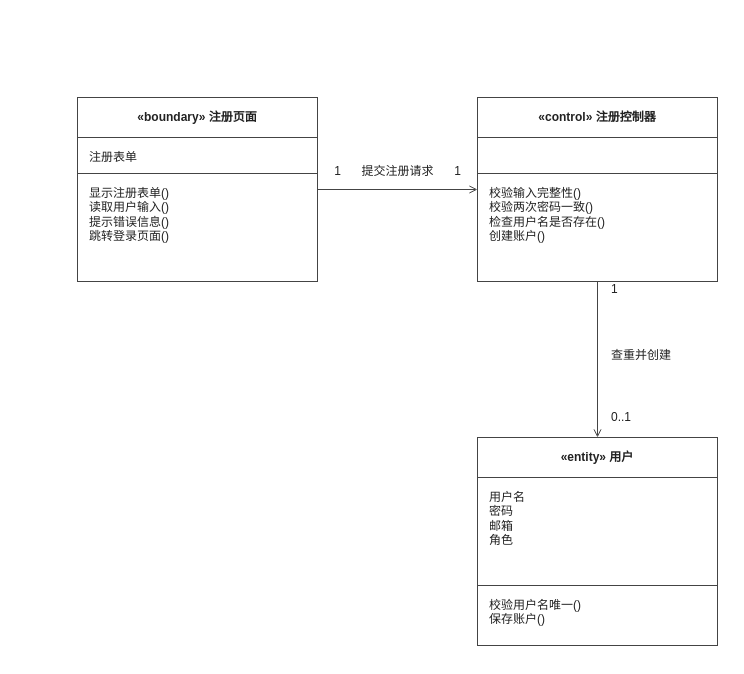
Earlier version of the draw.io diagram docs/交付/1-账户管理-钟标/images/用户注册_类模型图.drawio (chennuo1101/electronic-photo-album-system1). Source tidied: cells renumbered, new cells numbered last; positions are measured from the earlier drawing's top-left corner, leaving out a move shared by most shapes. Both pictures are drawn from the tidied source at 100%, with x=0, y=0 at pixel (67, 85).
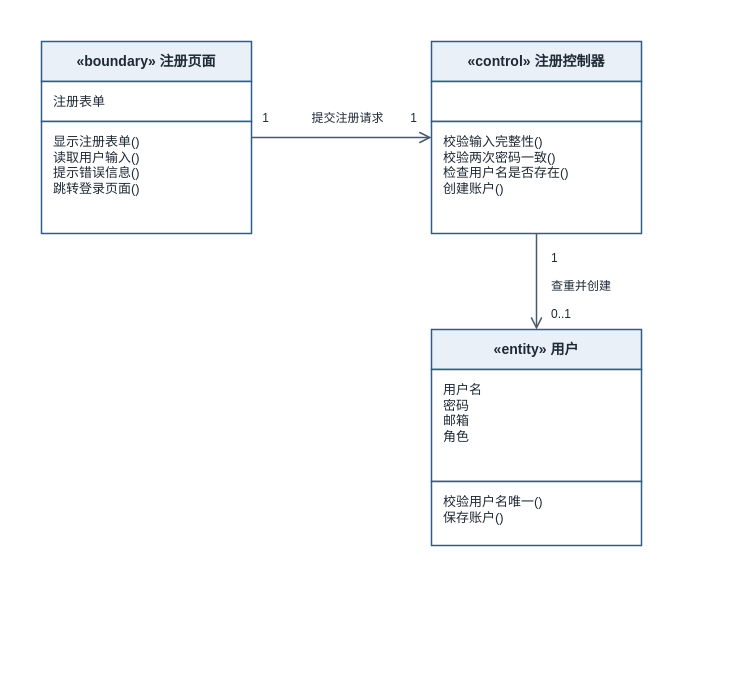
The same page after the edit.

The edit, as a diff of the source:
```diff
@@
     <mxCell id="2" style="rounded=0;whiteSpace=wrap;html=1;fillColor=#FFFFFF;strokeColor=none;" parent="1" vertex="1">
-      <mxGeometry width="660" height="572" as="geometry" />
+      <mxGeometry x="-50" y="-68" width="648" height="552" as="geometry" />
     </mxCell>
-    <mxCell id="3" value="«boundary» 注册页面" style="rounded=0;whiteSpace=wrap;html=1;fillColor=#FFFFFF;strokeColor=#444444;align=center;verticalAlign=middle;fontStyle=1;fontFamily=Microsoft YaHei;fontSize=12;fontColor=#222222;" parent="1" vertex="1">
-      <mxGeometry x="10" y="12" width="240" height="40" as="geometry" />
+    <mxCell id="3" value="«boundary» 注册页面" style="rounded=0;whiteSpace=wrap;html=1;fillColor=#E9F0F8;strokeColor=#2F5D8A;strokeWidth=1.5;align=center;verticalAlign=middle;fontStyle=1;fontFamily=Microsoft YaHei;fontSize=14;fontColor=#1F2A35;" parent="1" vertex="1">
+      <mxGeometry x="-26" y="-44" width="210" height="40" as="geometry" />
     </mxCell>
-    <mxCell id="4" value="注册表单" style="rounded=0;whiteSpace=wrap;html=1;fillColor=#FFFFFF;strokeColor=#444444;verticalAlign=top;align=left;spacingLeft=10;spacingTop=6;fontFamily=Microsoft YaHei;fontSize=12;fontColor=#222222;" parent="1" vertex="1">
-      <mxGeometry x="10" y="52" width="240" height="36" as="geometry" />
+    <mxCell id="4" value="注册表单" style="rounded=0;whiteSpace=wrap;html=1;fillColor=#FFFFFF;strokeColor=#2F5D8A;strokeWidth=1.5;align=left;verticalAlign=top;spacingLeft=10;spacingTop=6;fontFamily=Microsoft YaHei;fontSize=13;fontColor=#1F2A35;" parent="1" vertex="1">
+      <mxGeometry x="-26" y="-4" width="210" height="40" as="geometry" />
     </mxCell>
-    <mxCell id="5" value="显示注册表单()&#10;读取用户输入()&#10;提示错误信息()&#10;跳转登录页面()" style="rounded=0;whiteSpace=wrap;html=1;fillColor=#FFFFFF;strokeColor=#444444;verticalAlign=top;align=left;spacingLeft=10;spacingTop=6;fontFamily=Microsoft YaHei;fontSize=12;fontColor=#222222;" parent="1" vertex="1">
-      <mxGeometry x="10" y="88" width="240" height="108" as="geometry" />
+    <mxCell id="5" value="显示注册表单()&#10;读取用户输入()&#10;提示错误信息()&#10;跳转登录页面()" style="rounded=0;whiteSpace=wrap;html=1;fillColor=#FFFFFF;strokeColor=#2F5D8A;strokeWidth=1.5;align=left;verticalAlign=top;spacingLeft=10;spacingTop=6;fontFamily=Microsoft YaHei;fontSize=13;fontColor=#1F2A35;" parent="1" vertex="1">
+      <mxGeometry x="-26" y="36" width="210" height="112" as="geometry" />
     </mxCell>
-    <mxCell id="6" value="«control» 注册控制器" style="rounded=0;whiteSpace=wrap;html=1;fillColor=#FFFFFF;strokeColor=#444444;align=center;verticalAlign=middle;fontStyle=1;fontFamily=Microsoft YaHei;fontSize=12;fontColor=#222222;" parent="1" vertex="1">
-      <mxGeometry x="410" y="12" width="240" height="40" as="geometry" />
+    <mxCell id="6" value="«control» 注册控制器" style="rounded=0;whiteSpace=wrap;html=1;fillColor=#E9F0F8;strokeColor=#2F5D8A;strokeWidth=1.5;align=center;verticalAlign=middle;fontStyle=1;fontFamily=Microsoft YaHei;fontSize=14;fontColor=#1F2A35;" parent="1" vertex="1">
+      <mxGeometry x="364" y="-44" width="210" height="40" as="geometry" />
     </mxCell>
-    <mxCell id="7" style="rounded=0;whiteSpace=wrap;html=1;fillColor=#FFFFFF;strokeColor=#444444;verticalAlign=top;align=left;spacingLeft=10;spacingTop=6;fontFamily=Microsoft YaHei;fontSize=12;fontColor=#222222;" parent="1" vertex="1">
-      <mxGeometry x="410" y="52" width="240" height="36" as="geometry" />
+    <mxCell id="7" style="rounded=0;whiteSpace=wrap;html=1;fillColor=#FFFFFF;strokeColor=#2F5D8A;strokeWidth=1.5;align=left;verticalAlign=top;spacingLeft=10;spacingTop=6;fontFamily=Microsoft YaHei;fontSize=13;fontColor=#1F2A35;" parent="1" vertex="1">
+      <mxGeometry x="364" y="-4" width="210" height="40" as="geometry" />
     </mxCell>
-    <mxCell id="8" value="校验输入完整性()&#10;校验两次密码一致()&#10;检查用户名是否存在()&#10;创建账户()" style="rounded=0;whiteSpace=wrap;html=1;fillColor=#FFFFFF;strokeColor=#444444;verticalAlign=top;align=left;spacingLeft=10;spacingTop=6;fontFamily=Microsoft YaHei;fontSize=12;fontColor=#222222;" parent="1" vertex="1">
-      <mxGeometry x="410" y="88" width="240" height="108" as="geometry" />
+    <mxCell id="8" value="校验输入完整性()&#10;校验两次密码一致()&#10;检查用户名是否存在()&#10;创建账户()" style="rounded=0;whiteSpace=wrap;html=1;fillColor=#FFFFFF;strokeColor=#2F5D8A;strokeWidth=1.5;align=left;verticalAlign=top;spacingLeft=10;spacingTop=6;fontFamily=Microsoft YaHei;fontSize=13;fontColor=#1F2A35;" parent="1" vertex="1">
+      <mxGeometry x="364" y="36" width="210" height="112" as="geometry" />
     </mxCell>
-    <mxCell id="9" value="«entity» 用户" style="rounded=0;whiteSpace=wrap;html=1;fillColor=#FFFFFF;strokeColor=#444444;align=center;verticalAlign=middle;fontStyle=1;fontFamily=Microsoft YaHei;fontSize=12;fontColor=#222222;" parent="1" vertex="1">
-      <mxGeometry x="410" y="352" width="240" height="40" as="geometry" />
+    <mxCell id="9" value="«entity» 用户" style="rounded=0;whiteSpace=wrap;html=1;fillColor=#E9F0F8;strokeColor=#2F5D8A;strokeWidth=1.5;align=center;verticalAlign=middle;fontStyle=1;fontFamily=Microsoft YaHei;fontSize=14;fontColor=#1F2A35;" parent="1" vertex="1">
+      <mxGeometry x="364" y="244" width="210" height="40" as="geometry" />
     </mxCell>
-    <mxCell id="10" value="用户名&#10;密码&#10;邮箱&#10;角色" style="rounded=0;whiteSpace=wrap;html=1;fillColor=#FFFFFF;strokeColor=#444444;verticalAlign=top;align=left;spacingLeft=10;spacingTop=6;fontFamily=Microsoft YaHei;fontSize=12;fontColor=#222222;" parent="1" vertex="1">
-      <mxGeometry x="410" y="392" width="240" height="108" as="geometry" />
+    <mxCell id="10" value="用户名&#10;密码&#10;邮箱&#10;角色" style="rounded=0;whiteSpace=wrap;html=1;fillColor=#FFFFFF;strokeColor=#2F5D8A;strokeWidth=1.5;align=left;verticalAlign=top;spacingLeft=10;spacingTop=6;fontFamily=Microsoft YaHei;fontSize=13;fontColor=#1F2A35;" parent="1" vertex="1">
+      <mxGeometry x="364" y="284" width="210" height="112" as="geometry" />
     </mxCell>
-    <mxCell id="11" value="校验用户名唯一()&#10;保存账户()" style="rounded=0;whiteSpace=wrap;html=1;fillColor=#FFFFFF;strokeColor=#444444;verticalAlign=top;align=left;spacingLeft=10;spacingTop=6;fontFamily=Microsoft YaHei;fontSize=12;fontColor=#222222;" parent="1" vertex="1">
-      <mxGeometry x="410" y="500" width="240" height="60" as="geometry" />
+    <mxCell id="11" value="校验用户名唯一()&#10;保存账户()" style="rounded=0;whiteSpace=wrap;html=1;fillColor=#FFFFFF;strokeColor=#2F5D8A;strokeWidth=1.5;align=left;verticalAlign=top;spacingLeft=10;spacingTop=6;fontFamily=Microsoft YaHei;fontSize=13;fontColor=#1F2A35;" parent="1" vertex="1">
+      <mxGeometry x="364" y="396" width="210" height="64" as="geometry" />
     </mxCell>
-    <mxCell id="12" style="html=1;rounded=0;strokeColor=#444444;strokeWidth=1;startArrow=none;endArrow=open;endFill=0;" parent="1" edge="1">
+    <mxCell id="12" style="html=1;rounded=0;strokeColor=#4A5A6A;strokeWidth=1.5;startArrow=none;endArrow=open;endFill=0;endSize=9;" parent="1" edge="1">
       <mxGeometry relative="1" as="geometry">
-        <mxPoint x="250" y="104" as="sourcePoint" />
-        <mxPoint x="410" y="104" as="targetPoint" />
+        <mxPoint x="184" y="52" as="sourcePoint" />
+        <mxPoint x="364" y="52" as="targetPoint" />
       </mxGeometry>
     </mxCell>
-    <mxCell id="13" value="1" style="text;html=1;align=center;verticalAlign=middle;fillColor=none;strokeColor=none;fontFamily=Microsoft YaHei;fontSize=12;fontColor=#222222;" parent="1" vertex="1">
-      <mxGeometry x="258" y="76" width="24" height="20" as="geometry" />
+    <mxCell id="13" value="1" style="text;html=1;align=center;verticalAlign=middle;fillColor=none;strokeColor=none;fontFamily=Microsoft YaHei;fontSize=12;fontColor=#1F2A35;" parent="1" vertex="1">
+      <mxGeometry x="190" y="24" width="16" height="18" as="geometry" />
     </mxCell>
+    <mxCell id="15" value="提交注册请求" style="text;html=1;align=center;verticalAlign=middle;fillColor=none;strokeColor=none;fontFamily=Microsoft YaHei;fontSize=12;fontColor=#1F2A35;" parent="1" vertex="1">
+      <mxGeometry x="230" y="24" width="100" height="18" as="geometry" />
+    </mxCell>
-    <mxCell id="14" value="1" style="text;html=1;align=center;verticalAlign=middle;fillColor=none;strokeColor=none;fontFamily=Microsoft YaHei;fontSize=12;fontColor=#222222;" parent="1" vertex="1">
-      <mxGeometry x="378" y="76" width="24" height="20" as="geometry" />
+    <mxCell id="14" value="1" style="text;html=1;align=center;verticalAlign=middle;fillColor=none;strokeColor=none;fontFamily=Microsoft YaHei;fontSize=12;fontColor=#1F2A35;" parent="1" vertex="1">
+      <mxGeometry x="338" y="24" width="16" height="18" as="geometry" />
     </mxCell>
-    <mxCell id="15" value="提交注册请求" style="text;html=1;align=center;verticalAlign=middle;fillColor=none;strokeColor=none;fontFamily=Microsoft YaHei;fontSize=12;fontColor=#222222;" parent="1" vertex="1">
-      <mxGeometry x="285" y="76" width="90" height="20" as="geometry" />
-    </mxCell>
-    <mxCell id="16" style="html=1;rounded=0;strokeColor=#444444;strokeWidth=1;startArrow=none;endArrow=open;endFill=0;" parent="1" edge="1">
+    <mxCell id="16" style="html=1;rounded=0;strokeColor=#4A5A6A;strokeWidth=1.5;startArrow=none;endArrow=open;endFill=0;endSize=9;" parent="1" edge="1">
       <mxGeometry relative="1" as="geometry">
-        <mxPoint x="530" y="196" as="sourcePoint" />
-        <mxPoint x="530" y="352" as="targetPoint" />
+        <mxPoint x="469" y="148" as="sourcePoint" />
+        <mxPoint x="469" y="244" as="targetPoint" />
       </mxGeometry>
     </mxCell>
-    <mxCell id="17" value="1" style="text;html=1;align=left;verticalAlign=middle;fillColor=none;strokeColor=none;fontFamily=Microsoft YaHei;fontSize=12;fontColor=#222222;" parent="1" vertex="1">
-      <mxGeometry x="542" y="194" width="24" height="20" as="geometry" />
+    <mxCell id="17" value="1" style="text;html=1;align=left;verticalAlign=middle;fillColor=none;strokeColor=none;fontFamily=Microsoft YaHei;fontSize=12;fontColor=#1F2A35;" parent="1" vertex="1">
+      <mxGeometry x="482" y="164" width="20" height="18" as="geometry" />
     </mxCell>
-    <mxCell id="18" value="查重并创建" style="text;html=1;align=left;verticalAlign=middle;fillColor=none;strokeColor=none;fontFamily=Microsoft YaHei;fontSize=12;fontColor=#222222;" parent="1" vertex="1">
-      <mxGeometry x="542" y="260" width="90" height="20" as="geometry" />
+    <mxCell id="18" value="查重并创建" style="text;html=1;align=left;verticalAlign=middle;fillColor=none;strokeColor=none;fontFamily=Microsoft YaHei;fontSize=12;fontColor=#1F2A35;" parent="1" vertex="1">
+      <mxGeometry x="482" y="192" width="90" height="18" as="geometry" />
     </mxCell>
-    <mxCell id="19" value="0..1" style="text;html=1;align=left;verticalAlign=middle;fillColor=none;strokeColor=none;fontFamily=Microsoft YaHei;fontSize=12;fontColor=#222222;" parent="1" vertex="1">
-      <mxGeometry x="542" y="322" width="40" height="20" as="geometry" />
+    <mxCell id="19" value="0..1" style="text;html=1;align=left;verticalAlign=middle;fillColor=none;strokeColor=none;fontFamily=Microsoft YaHei;fontSize=12;fontColor=#1F2A35;" parent="1" vertex="1">
+      <mxGeometry x="482" y="220" width="40" height="18" as="geometry" />
     </mxCell>
```
